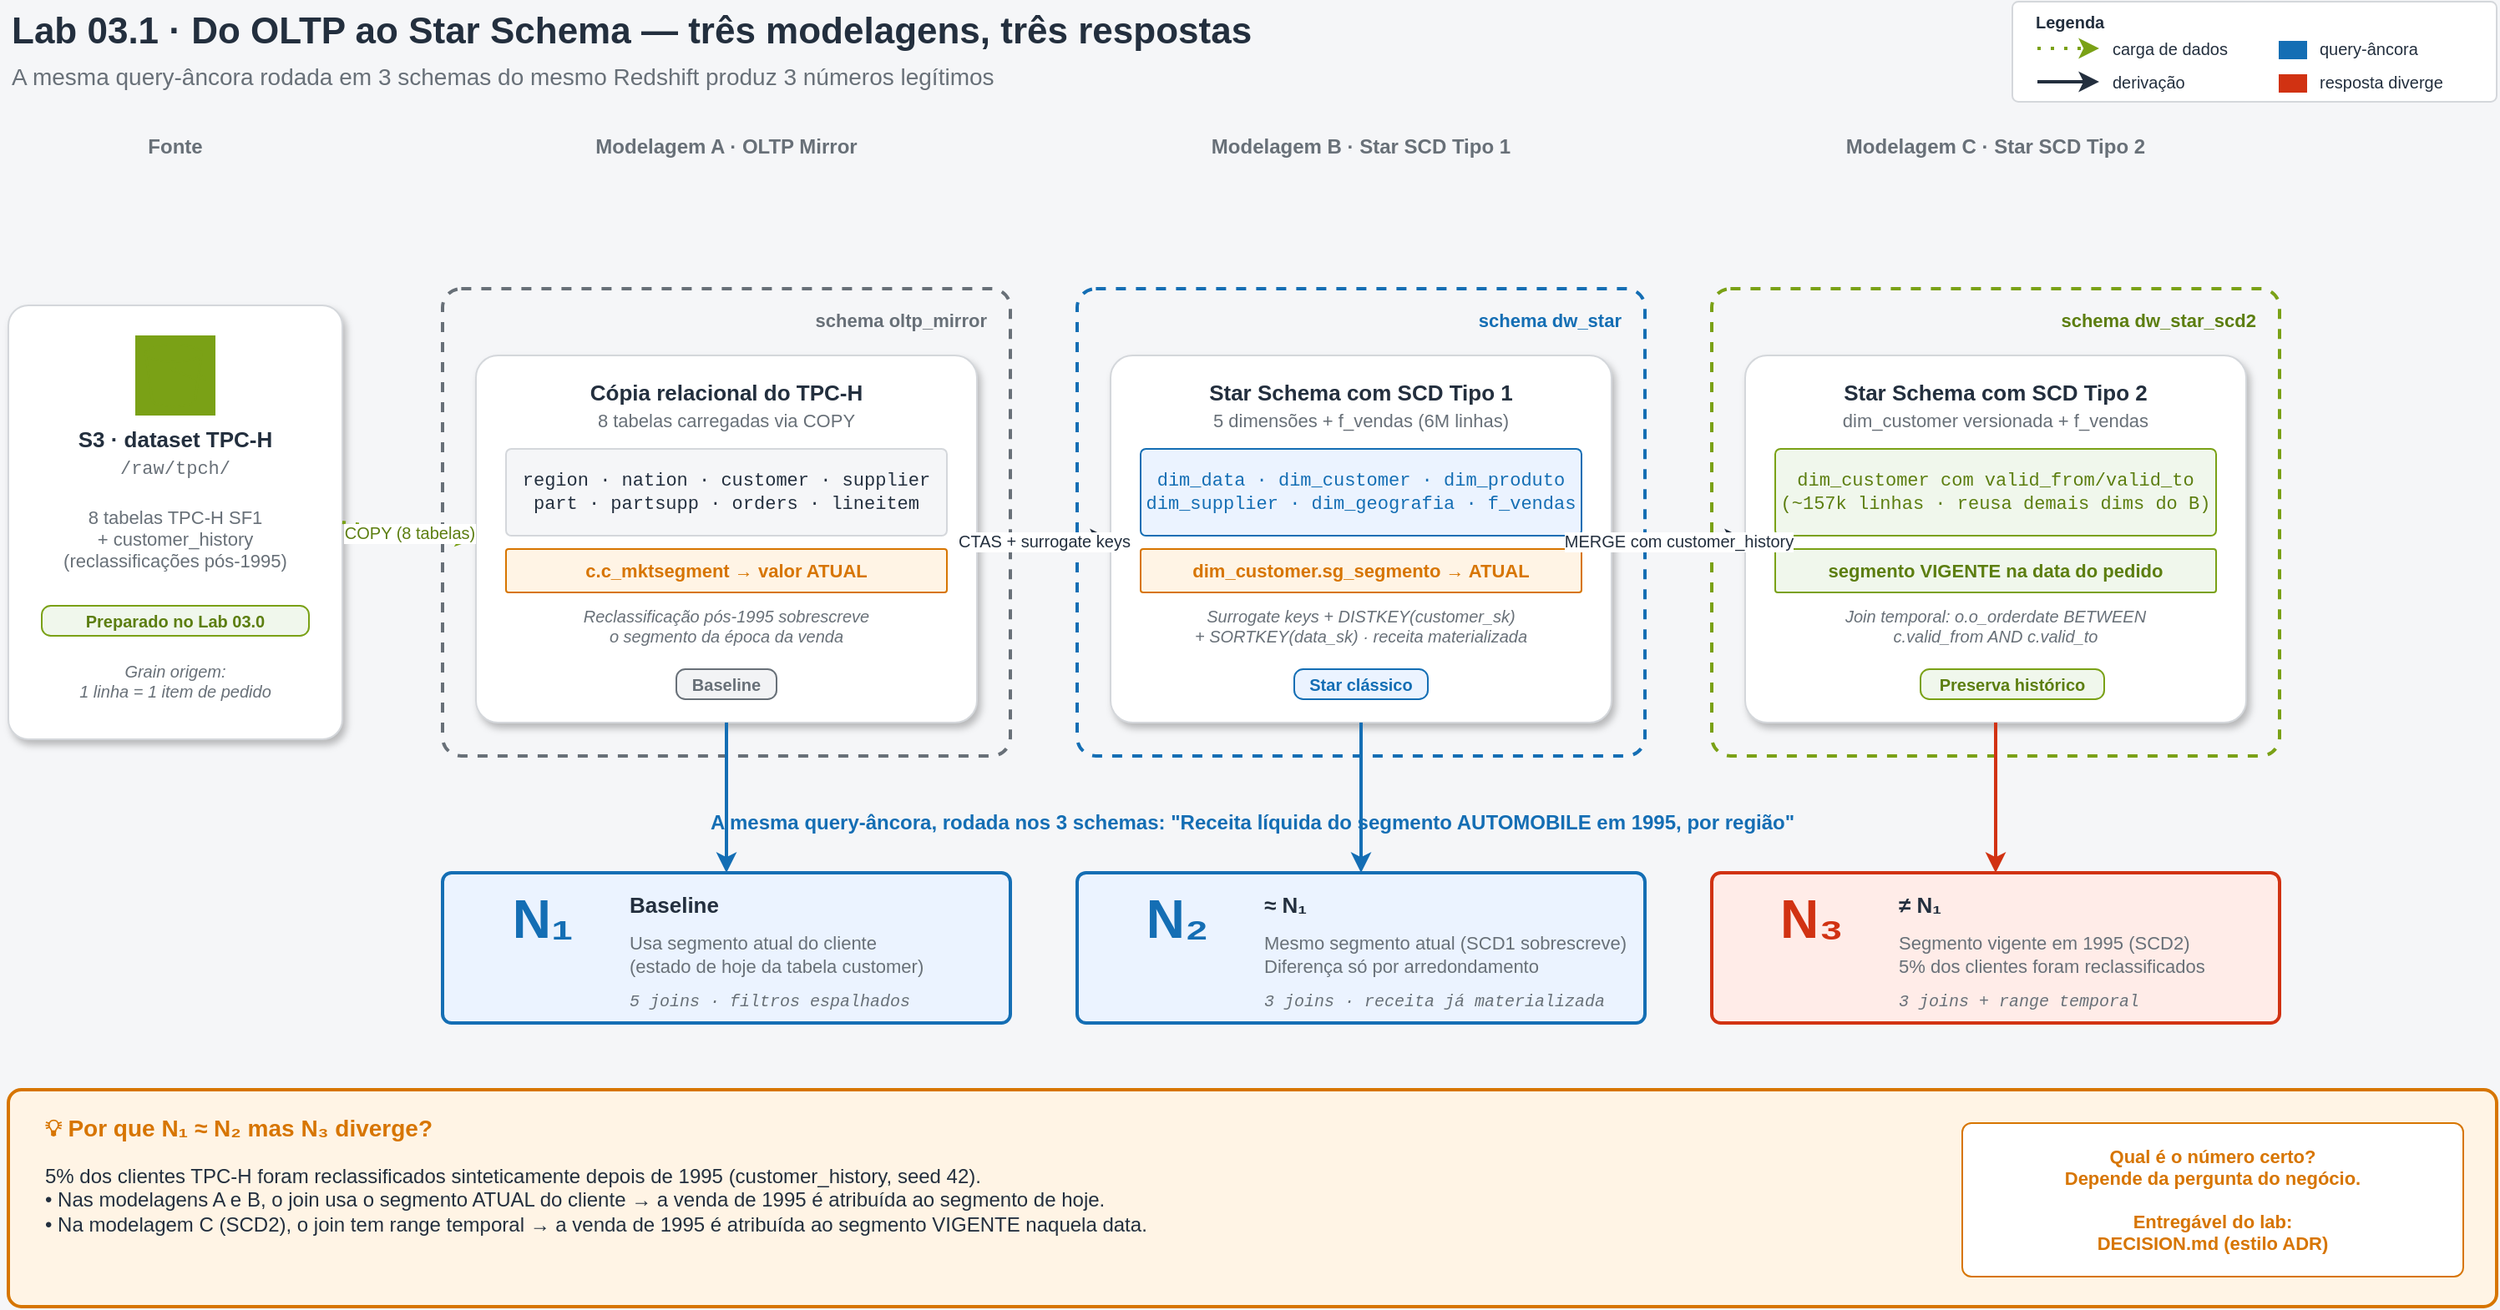
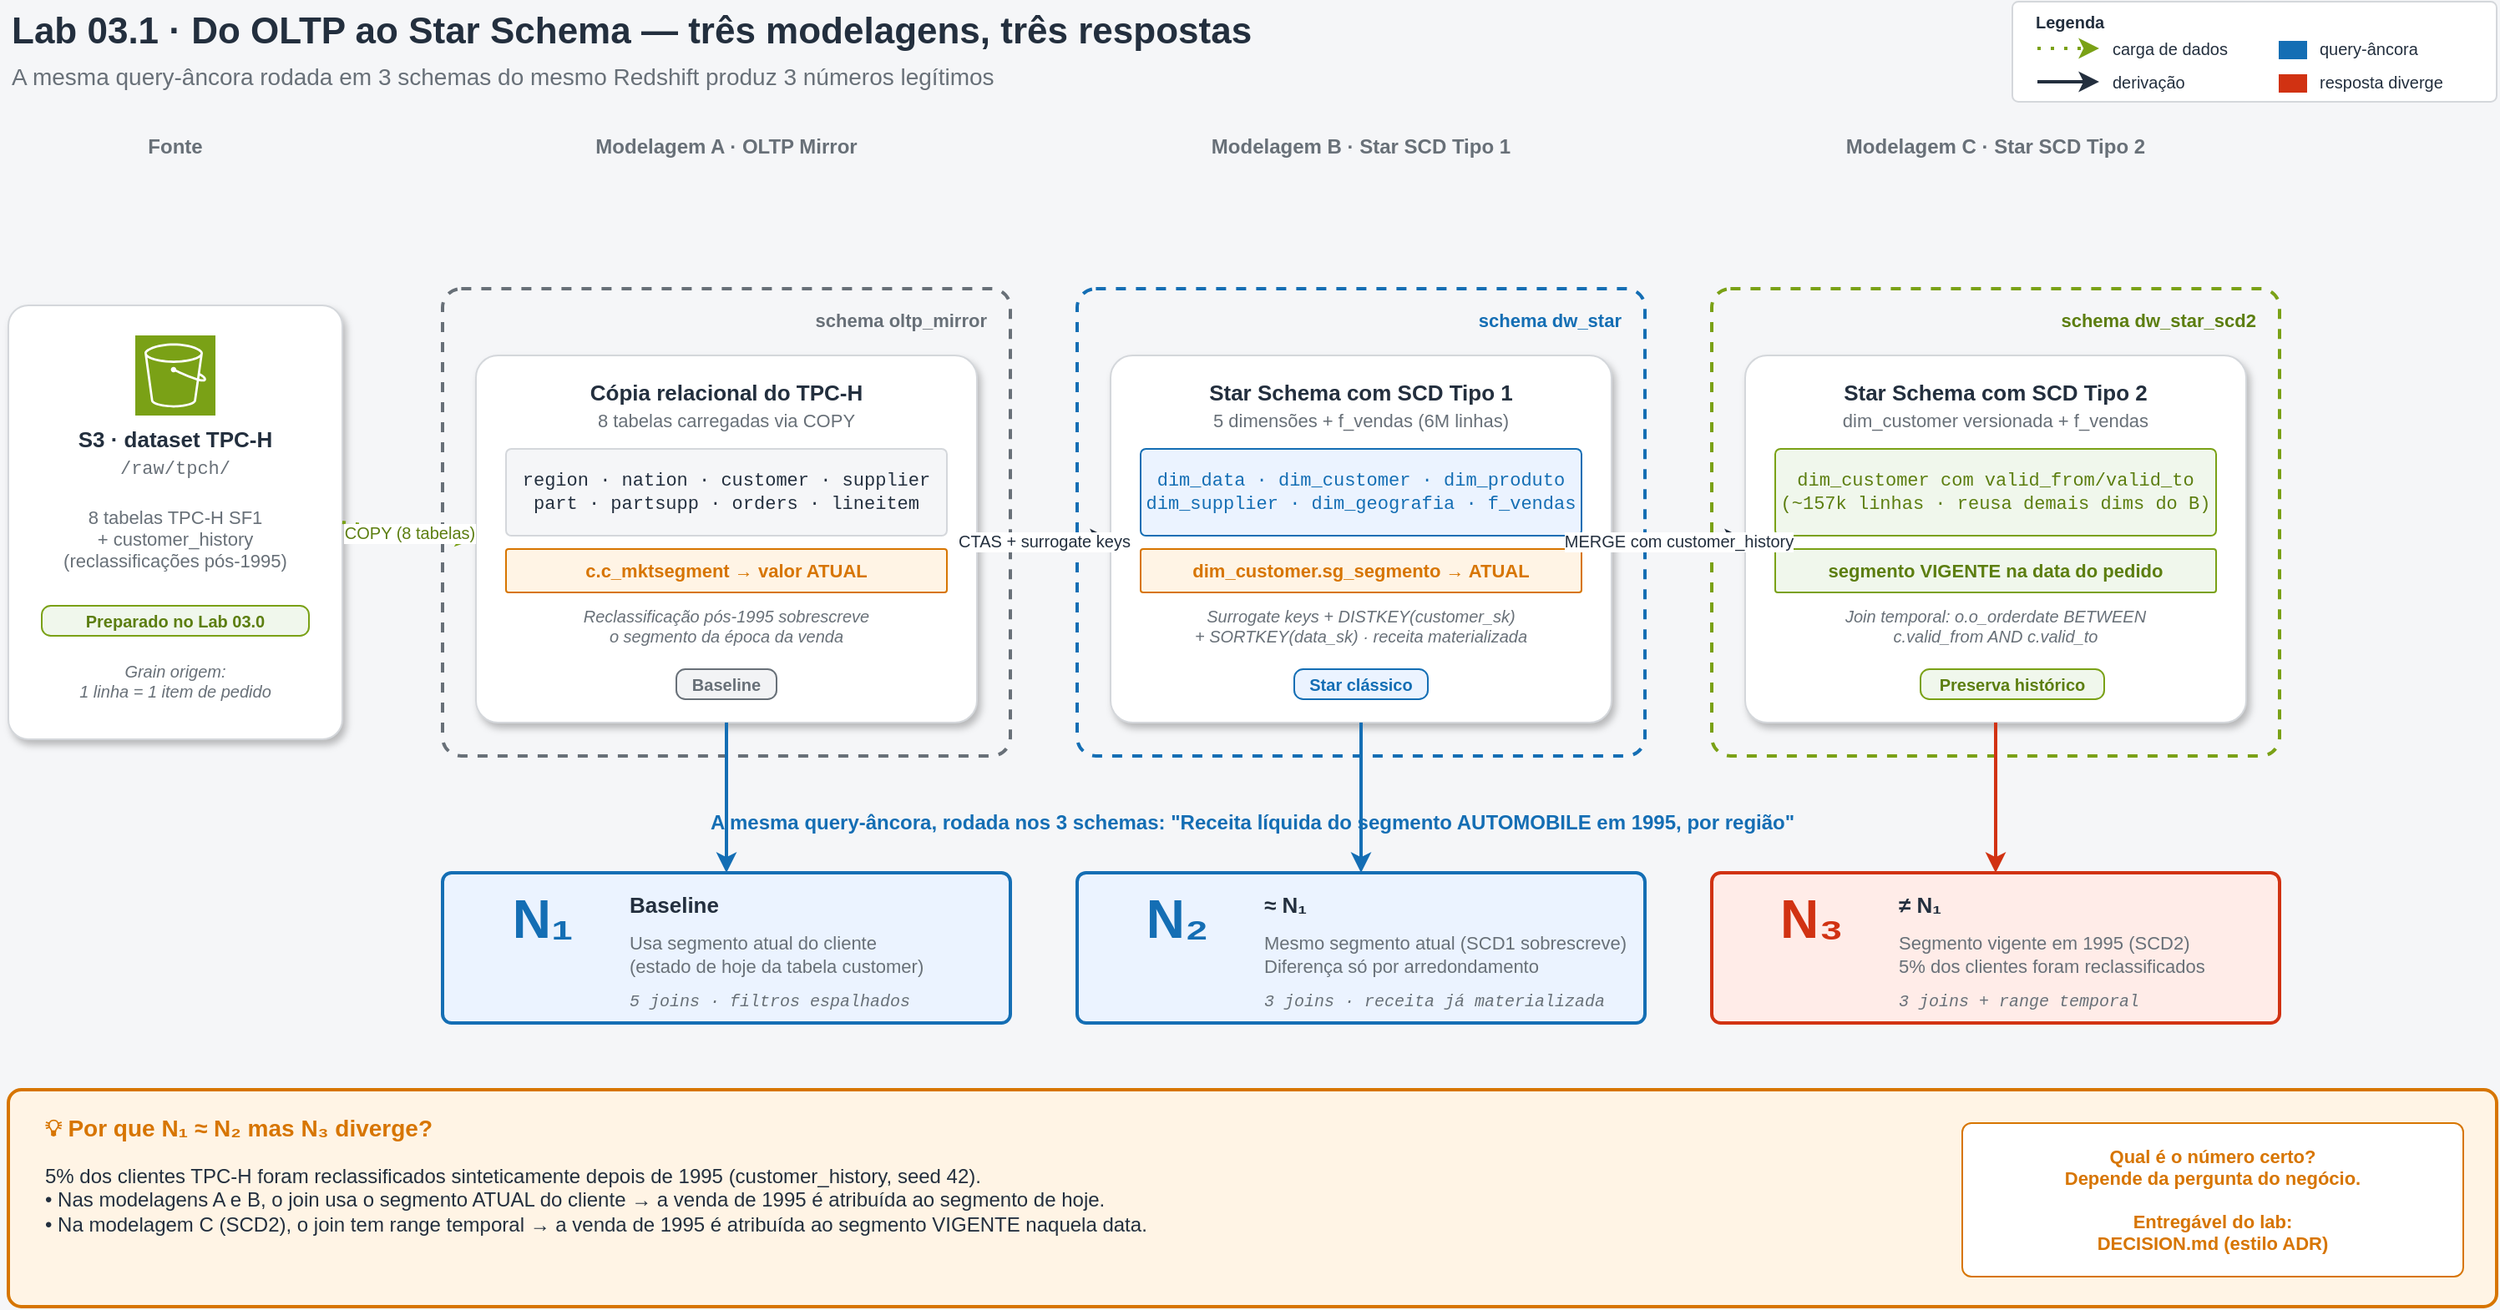
<?xml version="1.0" encoding="UTF-8"?>
<mxfile host="app.diagrams.net" modified="2026-05-03T23:30:00.000Z" agent="Claude" version="24.0.0" type="device">
  <diagram name="Arquitetura-Lab03-1" id="arq-lab03-1">
    <mxGraphModel dx="2000" dy="1200" grid="1" gridSize="10" guides="1" tooltips="1" connect="1" arrows="1" fold="1" page="1" pageScale="1" pageWidth="1600" pageHeight="900" math="0" shadow="0" background="#F5F6F8">
      <root>
        <mxCell id="0" />
        <mxCell id="1" parent="0" />

        <mxCell id="title" value="Lab 03.1 · Do OLTP ao Star Schema — três modelagens, três respostas" style="text;html=1;strokeColor=none;fillColor=none;align=left;verticalAlign=middle;whiteSpace=wrap;rounded=0;fontSize=22;fontStyle=1;fontFamily=Helvetica;fontColor=#232F3E;" vertex="1" parent="1">
          <mxGeometry x="60" y="30" width="1100" height="32" as="geometry" />
        </mxCell>
        <mxCell id="subtitle" value="A mesma query-âncora rodada em 3 schemas do mesmo Redshift produz 3 números legítimos" style="text;html=1;strokeColor=none;fillColor=none;align=left;verticalAlign=middle;whiteSpace=wrap;rounded=0;fontSize=14;fontStyle=0;fontFamily=Helvetica;fontColor=#687078;" vertex="1" parent="1">
          <mxGeometry x="60" y="62" width="1100" height="22" as="geometry" />
        </mxCell>

        <mxCell id="legend-box" value="" style="rounded=1;whiteSpace=wrap;html=1;fillColor=#FFFFFF;strokeColor=#D4D7DB;fontFamily=Helvetica;fontSize=11;arcSize=6;" vertex="1" parent="1">
          <mxGeometry x="1260" y="28" width="290" height="60" as="geometry" />
        </mxCell>
        <mxCell id="legend-title" value="Legenda" style="text;html=1;strokeColor=none;fillColor=none;align=left;verticalAlign=middle;whiteSpace=wrap;rounded=0;fontSize=10;fontStyle=1;fontFamily=Helvetica;fontColor=#232F3E;" vertex="1" parent="1">
          <mxGeometry x="1272" y="32" width="80" height="16" as="geometry" />
        </mxCell>
        <mxCell id="leg-sol-line" value="" style="endArrow=classic;html=1;strokeColor=#7AA116;strokeWidth=2;dashed=1;dashPattern=1 3;fontFamily=Helvetica;fontSize=10;" edge="1" parent="1">
          <mxGeometry relative="1" as="geometry">
            <mxPoint x="1275" y="56" as="sourcePoint" />
            <mxPoint x="1312" y="56" as="targetPoint" />
          </mxGeometry>
        </mxCell>
        <mxCell id="leg-sol-lbl" value="carga de dados" style="text;html=1;strokeColor=none;fillColor=none;align=left;verticalAlign=middle;whiteSpace=wrap;rounded=0;fontSize=10;fontFamily=Helvetica;fontColor=#232F3E;" vertex="1" parent="1">
          <mxGeometry x="1318" y="48" width="90" height="16" as="geometry" />
        </mxCell>
        <mxCell id="leg-dash-line" value="" style="endArrow=classic;html=1;strokeColor=#232F3E;strokeWidth=2;fontFamily=Helvetica;fontSize=10;" edge="1" parent="1">
          <mxGeometry relative="1" as="geometry">
            <mxPoint x="1275" y="76" as="sourcePoint" />
            <mxPoint x="1312" y="76" as="targetPoint" />
          </mxGeometry>
        </mxCell>
        <mxCell id="leg-dash-lbl" value="derivação" style="text;html=1;strokeColor=none;fillColor=none;align=left;verticalAlign=middle;whiteSpace=wrap;rounded=0;fontSize=10;fontFamily=Helvetica;fontColor=#232F3E;" vertex="1" parent="1">
          <mxGeometry x="1318" y="68" width="80" height="16" as="geometry" />
        </mxCell>
        <mxCell id="leg-query-swatch" value="" style="rounded=0;whiteSpace=wrap;html=1;fillColor=#146EB4;strokeColor=#146EB4;" vertex="1" parent="1">
          <mxGeometry x="1420" y="52" width="16" height="10" as="geometry" />
        </mxCell>
        <mxCell id="leg-query-lbl" value="query-âncora" style="text;html=1;strokeColor=none;fillColor=none;align=left;verticalAlign=middle;whiteSpace=wrap;rounded=0;fontSize=10;fontFamily=Helvetica;fontColor=#232F3E;" vertex="1" parent="1">
          <mxGeometry x="1442" y="48" width="90" height="16" as="geometry" />
        </mxCell>
        <mxCell id="leg-divergent-swatch" value="" style="rounded=0;whiteSpace=wrap;html=1;fillColor=#D13212;strokeColor=#D13212;" vertex="1" parent="1">
          <mxGeometry x="1420" y="72" width="16" height="10" as="geometry" />
        </mxCell>
        <mxCell id="leg-divergent-lbl" value="resposta diverge" style="text;html=1;strokeColor=none;fillColor=none;align=left;verticalAlign=middle;whiteSpace=wrap;rounded=0;fontSize=10;fontFamily=Helvetica;fontColor=#232F3E;" vertex="1" parent="1">
          <mxGeometry x="1442" y="68" width="100" height="16" as="geometry" />
        </mxCell>

        <mxCell id="col0-title" value="Fonte" style="text;html=1;strokeColor=none;fillColor=none;align=center;verticalAlign=middle;whiteSpace=wrap;rounded=0;fontSize=12;fontStyle=1;fontFamily=Helvetica;fontColor=#687078;" vertex="1" parent="1">
          <mxGeometry x="60" y="105" width="200" height="20" as="geometry" />
        </mxCell>
        <mxCell id="col1-title" value="Modelagem A · OLTP Mirror" style="text;html=1;strokeColor=none;fillColor=none;align=center;verticalAlign=middle;whiteSpace=wrap;rounded=0;fontSize=12;fontStyle=1;fontFamily=Helvetica;fontColor=#687078;" vertex="1" parent="1">
          <mxGeometry x="320" y="105" width="340" height="20" as="geometry" />
        </mxCell>
        <mxCell id="col2-title" value="Modelagem B · Star SCD Tipo 1" style="text;html=1;strokeColor=none;fillColor=none;align=center;verticalAlign=middle;whiteSpace=wrap;rounded=0;fontSize=12;fontStyle=1;fontFamily=Helvetica;fontColor=#687078;" vertex="1" parent="1">
          <mxGeometry x="700" y="105" width="340" height="20" as="geometry" />
        </mxCell>
        <mxCell id="col3-title" value="Modelagem C · Star SCD Tipo 2" style="text;html=1;strokeColor=none;fillColor=none;align=center;verticalAlign=middle;whiteSpace=wrap;rounded=0;fontSize=12;fontStyle=1;fontFamily=Helvetica;fontColor=#687078;" vertex="1" parent="1">
          <mxGeometry x="1080" y="105" width="340" height="20" as="geometry" />
        </mxCell>

        <mxCell id="s3-source-card" value="" style="rounded=1;whiteSpace=wrap;html=1;fillColor=#FFFFFF;strokeColor=#D4D7DB;arcSize=6;shadow=1;" vertex="1" parent="1">
          <mxGeometry x="60" y="210" width="200" height="260" as="geometry" />
        </mxCell>
-         <mxCell id="s3-source-icon" value="" style="sketch=0;outlineConnect=0;gradientColor=none;fillColor=#7AA116;strokeColor=#7AA116;dashed=0;verticalLabelPosition=bottom;verticalAlign=top;align=center;html=1;shape=mxgraph.aws4.resourceIcon;resIcon=mxgraph.aws4.s3;" vertex="1" parent="1">
+         <mxCell id="s3-source-icon" value="" style="sketch=0;outlineConnect=0;gradientColor=none;fillColor=#7AA116;strokeColor=#FFFFFF;dashed=0;verticalLabelPosition=bottom;verticalAlign=top;align=center;html=1;shape=mxgraph.aws4.resourceIcon;resIcon=mxgraph.aws4.s3;" vertex="1" parent="1">
          <mxGeometry x="136" y="228" width="48" height="48" as="geometry" />
        </mxCell>
        <mxCell id="s3-source-name" value="S3 · dataset TPC-H" style="text;html=1;strokeColor=none;fillColor=none;align=center;verticalAlign=middle;whiteSpace=wrap;rounded=0;fontSize=13;fontStyle=1;fontFamily=Helvetica;fontColor=#232F3E;" vertex="1" parent="1">
          <mxGeometry x="60" y="280" width="200" height="20" as="geometry" />
        </mxCell>
        <mxCell id="s3-source-tech" value="/raw/tpch/" style="text;html=1;strokeColor=none;fillColor=none;align=center;verticalAlign=middle;whiteSpace=wrap;rounded=0;fontSize=11;fontFamily=Courier New;fontColor=#687078;" vertex="1" parent="1">
          <mxGeometry x="60" y="300" width="200" height="16" as="geometry" />
        </mxCell>
        <mxCell id="s3-source-tables" value="8 tabelas TPC-H SF1&#10;+ customer_history&#10;(reclassificações pós-1995)" style="text;html=1;strokeColor=none;fillColor=none;align=center;verticalAlign=middle;whiteSpace=wrap;rounded=0;fontSize=11;fontFamily=Helvetica;fontColor=#687078;" vertex="1" parent="1">
          <mxGeometry x="60" y="322" width="200" height="56" as="geometry" />
        </mxCell>
        <mxCell id="s3-source-setup" value="Preparado no Lab 03.0" style="rounded=1;whiteSpace=wrap;html=1;fillColor=#F0F7EC;strokeColor=#7AA116;fontSize=10;fontStyle=1;fontFamily=Helvetica;fontColor=#5C7E10;arcSize=30;" vertex="1" parent="1">
          <mxGeometry x="80" y="390" width="160" height="18" as="geometry" />
        </mxCell>
        <mxCell id="s3-source-grain" value="Grain origem:&#10;1 linha = 1 item de pedido" style="text;html=1;strokeColor=none;fillColor=none;align=center;verticalAlign=middle;whiteSpace=wrap;rounded=0;fontSize=10;fontStyle=2;fontFamily=Helvetica;fontColor=#687078;" vertex="1" parent="1">
          <mxGeometry x="60" y="418" width="200" height="34" as="geometry" />
        </mxCell>

        <mxCell id="modA-boundary" value="schema oltp_mirror" style="rounded=1;whiteSpace=wrap;html=1;fillColor=none;strokeColor=#687078;fontFamily=Helvetica;fontSize=11;fontStyle=1;strokeWidth=2;dashed=1;align=right;verticalAlign=top;fontColor=#687078;arcSize=4;spacingRight=12;spacingTop=6;" vertex="1" parent="1">
          <mxGeometry x="320" y="200" width="340" height="280" as="geometry" />
        </mxCell>
        <mxCell id="modA-card" value="" style="rounded=1;whiteSpace=wrap;html=1;fillColor=#FFFFFF;strokeColor=#D4D7DB;arcSize=6;shadow=1;" vertex="1" parent="1">
          <mxGeometry x="340" y="240" width="300" height="220" as="geometry" />
        </mxCell>
        <mxCell id="modA-name" value="Cópia relacional do TPC-H" style="text;html=1;strokeColor=none;fillColor=none;align=center;verticalAlign=middle;whiteSpace=wrap;rounded=0;fontSize=13;fontStyle=1;fontFamily=Helvetica;fontColor=#232F3E;" vertex="1" parent="1">
          <mxGeometry x="340" y="252" width="300" height="20" as="geometry" />
        </mxCell>
        <mxCell id="modA-desc" value="8 tabelas carregadas via COPY" style="text;html=1;strokeColor=none;fillColor=none;align=center;verticalAlign=middle;whiteSpace=wrap;rounded=0;fontSize=11;fontFamily=Helvetica;fontColor=#687078;" vertex="1" parent="1">
          <mxGeometry x="340" y="270" width="300" height="18" as="geometry" />
        </mxCell>
        <mxCell id="modA-tables" value="region · nation · customer · supplier&#10;part · partsupp · orders · lineitem" style="rounded=1;whiteSpace=wrap;html=1;fillColor=#F5F6F8;strokeColor=#D4D7DB;fontSize=11;fontFamily=Courier New;fontColor=#232F3E;arcSize=6;align=center;" vertex="1" parent="1">
          <mxGeometry x="358" y="296" width="264" height="52" as="geometry" />
        </mxCell>
        <mxCell id="modA-segmento" value="c.c_mktsegment → valor ATUAL" style="rounded=1;whiteSpace=wrap;html=1;fillColor=#FFF4E5;strokeColor=#D77500;fontSize=11;fontStyle=1;fontFamily=Helvetica;fontColor=#D77500;arcSize=6;" vertex="1" parent="1">
          <mxGeometry x="358" y="356" width="264" height="26" as="geometry" />
        </mxCell>
        <mxCell id="modA-note" value="Reclassificação pós-1995 sobrescreve&#10;o segmento da época da venda" style="text;html=1;strokeColor=none;fillColor=none;align=center;verticalAlign=middle;whiteSpace=wrap;rounded=0;fontSize=10;fontStyle=2;fontFamily=Helvetica;fontColor=#687078;" vertex="1" parent="1">
          <mxGeometry x="340" y="386" width="300" height="32" as="geometry" />
        </mxCell>
        <mxCell id="modA-role" value="Baseline" style="rounded=1;whiteSpace=wrap;html=1;fillColor=#F2F3F5;strokeColor=#687078;fontSize=10;fontStyle=1;fontFamily=Helvetica;fontColor=#687078;arcSize=30;" vertex="1" parent="1">
          <mxGeometry x="460" y="428" width="60" height="18" as="geometry" />
        </mxCell>

        <mxCell id="modB-boundary" value="schema dw_star" style="rounded=1;whiteSpace=wrap;html=1;fillColor=none;strokeColor=#146EB4;fontFamily=Helvetica;fontSize=11;fontStyle=1;strokeWidth=2;dashed=1;align=right;verticalAlign=top;fontColor=#146EB4;arcSize=4;spacingRight=12;spacingTop=6;" vertex="1" parent="1">
          <mxGeometry x="700" y="200" width="340" height="280" as="geometry" />
        </mxCell>
        <mxCell id="modB-card" value="" style="rounded=1;whiteSpace=wrap;html=1;fillColor=#FFFFFF;strokeColor=#D4D7DB;arcSize=6;shadow=1;" vertex="1" parent="1">
          <mxGeometry x="720" y="240" width="300" height="220" as="geometry" />
        </mxCell>
        <mxCell id="modB-name" value="Star Schema com SCD Tipo 1" style="text;html=1;strokeColor=none;fillColor=none;align=center;verticalAlign=middle;whiteSpace=wrap;rounded=0;fontSize=13;fontStyle=1;fontFamily=Helvetica;fontColor=#232F3E;" vertex="1" parent="1">
          <mxGeometry x="720" y="252" width="300" height="20" as="geometry" />
        </mxCell>
        <mxCell id="modB-desc" value="5 dimensões + f_vendas (6M linhas)" style="text;html=1;strokeColor=none;fillColor=none;align=center;verticalAlign=middle;whiteSpace=wrap;rounded=0;fontSize=11;fontFamily=Helvetica;fontColor=#687078;" vertex="1" parent="1">
          <mxGeometry x="720" y="270" width="300" height="18" as="geometry" />
        </mxCell>
        <mxCell id="modB-tables" value="dim_data · dim_customer · dim_produto&#10;dim_supplier · dim_geografia · f_vendas" style="rounded=1;whiteSpace=wrap;html=1;fillColor=#EBF3FF;strokeColor=#146EB4;fontSize=11;fontFamily=Courier New;fontColor=#146EB4;arcSize=6;align=center;" vertex="1" parent="1">
          <mxGeometry x="738" y="296" width="264" height="52" as="geometry" />
        </mxCell>
        <mxCell id="modB-segmento" value="dim_customer.sg_segmento → ATUAL" style="rounded=1;whiteSpace=wrap;html=1;fillColor=#FFF4E5;strokeColor=#D77500;fontSize=11;fontStyle=1;fontFamily=Helvetica;fontColor=#D77500;arcSize=6;" vertex="1" parent="1">
          <mxGeometry x="738" y="356" width="264" height="26" as="geometry" />
        </mxCell>
        <mxCell id="modB-note" value="Surrogate keys + DISTKEY(customer_sk)&#10;+ SORTKEY(data_sk) · receita materializada" style="text;html=1;strokeColor=none;fillColor=none;align=center;verticalAlign=middle;whiteSpace=wrap;rounded=0;fontSize=10;fontStyle=2;fontFamily=Helvetica;fontColor=#687078;" vertex="1" parent="1">
          <mxGeometry x="720" y="386" width="300" height="32" as="geometry" />
        </mxCell>
        <mxCell id="modB-role" value="Star clássico" style="rounded=1;whiteSpace=wrap;html=1;fillColor=#EBF3FF;strokeColor=#146EB4;fontSize=10;fontStyle=1;fontFamily=Helvetica;fontColor=#146EB4;arcSize=30;" vertex="1" parent="1">
          <mxGeometry x="830" y="428" width="80" height="18" as="geometry" />
        </mxCell>

        <mxCell id="modC-boundary" value="schema dw_star_scd2" style="rounded=1;whiteSpace=wrap;html=1;fillColor=none;strokeColor=#7AA116;fontFamily=Helvetica;fontSize=11;fontStyle=1;strokeWidth=2;dashed=1;align=right;verticalAlign=top;fontColor=#5C7E10;arcSize=4;spacingRight=12;spacingTop=6;" vertex="1" parent="1">
          <mxGeometry x="1080" y="200" width="340" height="280" as="geometry" />
        </mxCell>
        <mxCell id="modC-card" value="" style="rounded=1;whiteSpace=wrap;html=1;fillColor=#FFFFFF;strokeColor=#D4D7DB;arcSize=6;shadow=1;" vertex="1" parent="1">
          <mxGeometry x="1100" y="240" width="300" height="220" as="geometry" />
        </mxCell>
        <mxCell id="modC-name" value="Star Schema com SCD Tipo 2" style="text;html=1;strokeColor=none;fillColor=none;align=center;verticalAlign=middle;whiteSpace=wrap;rounded=0;fontSize=13;fontStyle=1;fontFamily=Helvetica;fontColor=#232F3E;" vertex="1" parent="1">
          <mxGeometry x="1100" y="252" width="300" height="20" as="geometry" />
        </mxCell>
        <mxCell id="modC-desc" value="dim_customer versionada + f_vendas" style="text;html=1;strokeColor=none;fillColor=none;align=center;verticalAlign=middle;whiteSpace=wrap;rounded=0;fontSize=11;fontFamily=Helvetica;fontColor=#687078;" vertex="1" parent="1">
          <mxGeometry x="1100" y="270" width="300" height="18" as="geometry" />
        </mxCell>
        <mxCell id="modC-tables" value="dim_customer com valid_from/valid_to&#10;(~157k linhas · reusa demais dims do B)" style="rounded=1;whiteSpace=wrap;html=1;fillColor=#F0F7EC;strokeColor=#7AA116;fontSize=11;fontFamily=Courier New;fontColor=#5C7E10;arcSize=6;align=center;" vertex="1" parent="1">
          <mxGeometry x="1118" y="296" width="264" height="52" as="geometry" />
        </mxCell>
        <mxCell id="modC-segmento" value="segmento VIGENTE na data do pedido" style="rounded=1;whiteSpace=wrap;html=1;fillColor=#F0F7EC;strokeColor=#7AA116;fontSize=11;fontStyle=1;fontFamily=Helvetica;fontColor=#5C7E10;arcSize=6;" vertex="1" parent="1">
          <mxGeometry x="1118" y="356" width="264" height="26" as="geometry" />
        </mxCell>
        <mxCell id="modC-note" value="Join temporal: o.o_orderdate BETWEEN&#10;c.valid_from AND c.valid_to" style="text;html=1;strokeColor=none;fillColor=none;align=center;verticalAlign=middle;whiteSpace=wrap;rounded=0;fontSize=10;fontStyle=2;fontFamily=Helvetica;fontColor=#687078;" vertex="1" parent="1">
          <mxGeometry x="1100" y="386" width="300" height="32" as="geometry" />
        </mxCell>
        <mxCell id="modC-role" value="Preserva histórico" style="rounded=1;whiteSpace=wrap;html=1;fillColor=#F0F7EC;strokeColor=#7AA116;fontSize=10;fontStyle=1;fontFamily=Helvetica;fontColor=#5C7E10;arcSize=30;" vertex="1" parent="1">
          <mxGeometry x="1205" y="428" width="110" height="18" as="geometry" />
        </mxCell>

        <mxCell id="q-band-title" value="A mesma query-âncora, rodada nos 3 schemas:   &quot;Receita líquida do segmento AUTOMOBILE em 1995, por região&quot;" style="text;html=1;strokeColor=none;fillColor=none;align=center;verticalAlign=middle;whiteSpace=wrap;rounded=0;fontSize=12;fontStyle=1;fontFamily=Helvetica;fontColor=#146EB4;" vertex="1" parent="1">
          <mxGeometry x="60" y="510" width="1490" height="20" as="geometry" />
        </mxCell>

        <mxCell id="qA-card" value="" style="rounded=1;whiteSpace=wrap;html=1;fillColor=#EBF3FF;strokeColor=#146EB4;arcSize=6;strokeWidth=2;" vertex="1" parent="1">
          <mxGeometry x="320" y="550" width="340" height="90" as="geometry" />
        </mxCell>
        <mxCell id="qA-val" value="N₁" style="text;html=1;strokeColor=none;fillColor=none;align=center;verticalAlign=middle;whiteSpace=wrap;rounded=0;fontSize=32;fontStyle=1;fontFamily=Helvetica;fontColor=#146EB4;" vertex="1" parent="1">
          <mxGeometry x="340" y="558" width="80" height="40" as="geometry" />
        </mxCell>
        <mxCell id="qA-expl" value="Baseline" style="text;html=1;strokeColor=none;fillColor=none;align=left;verticalAlign=middle;whiteSpace=wrap;rounded=0;fontSize=13;fontStyle=1;fontFamily=Helvetica;fontColor=#232F3E;" vertex="1" parent="1">
          <mxGeometry x="430" y="560" width="210" height="18" as="geometry" />
        </mxCell>
        <mxCell id="qA-expl2" value="Usa segmento atual do cliente&#10;(estado de hoje da tabela customer)" style="text;html=1;strokeColor=none;fillColor=none;align=left;verticalAlign=middle;whiteSpace=wrap;rounded=0;fontSize=11;fontFamily=Helvetica;fontColor=#687078;" vertex="1" parent="1">
          <mxGeometry x="430" y="582" width="210" height="34" as="geometry" />
        </mxCell>
        <mxCell id="qA-footer" value="5 joins · filtros espalhados" style="text;html=1;strokeColor=none;fillColor=none;align=left;verticalAlign=middle;whiteSpace=wrap;rounded=0;fontSize=10;fontStyle=2;fontFamily=Courier New;fontColor=#687078;" vertex="1" parent="1">
          <mxGeometry x="430" y="618" width="210" height="18" as="geometry" />
        </mxCell>

        <mxCell id="qB-card" value="" style="rounded=1;whiteSpace=wrap;html=1;fillColor=#EBF3FF;strokeColor=#146EB4;arcSize=6;strokeWidth=2;" vertex="1" parent="1">
          <mxGeometry x="700" y="550" width="340" height="90" as="geometry" />
        </mxCell>
        <mxCell id="qB-val" value="N₂" style="text;html=1;strokeColor=none;fillColor=none;align=center;verticalAlign=middle;whiteSpace=wrap;rounded=0;fontSize=32;fontStyle=1;fontFamily=Helvetica;fontColor=#146EB4;" vertex="1" parent="1">
          <mxGeometry x="720" y="558" width="80" height="40" as="geometry" />
        </mxCell>
        <mxCell id="qB-expl" value="≈ N₁" style="text;html=1;strokeColor=none;fillColor=none;align=left;verticalAlign=middle;whiteSpace=wrap;rounded=0;fontSize=13;fontStyle=1;fontFamily=Helvetica;fontColor=#232F3E;" vertex="1" parent="1">
          <mxGeometry x="810" y="560" width="210" height="18" as="geometry" />
        </mxCell>
        <mxCell id="qB-expl2" value="Mesmo segmento atual (SCD1 sobrescreve)&#10;Diferença só por arredondamento" style="text;html=1;strokeColor=none;fillColor=none;align=left;verticalAlign=middle;whiteSpace=wrap;rounded=0;fontSize=11;fontFamily=Helvetica;fontColor=#687078;" vertex="1" parent="1">
          <mxGeometry x="810" y="582" width="230" height="34" as="geometry" />
        </mxCell>
        <mxCell id="qB-footer" value="3 joins · receita já materializada" style="text;html=1;strokeColor=none;fillColor=none;align=left;verticalAlign=middle;whiteSpace=wrap;rounded=0;fontSize=10;fontStyle=2;fontFamily=Courier New;fontColor=#687078;" vertex="1" parent="1">
          <mxGeometry x="810" y="618" width="220" height="18" as="geometry" />
        </mxCell>

        <mxCell id="qC-card" value="" style="rounded=1;whiteSpace=wrap;html=1;fillColor=#FFECE8;strokeColor=#D13212;arcSize=6;strokeWidth=2;" vertex="1" parent="1">
          <mxGeometry x="1080" y="550" width="340" height="90" as="geometry" />
        </mxCell>
        <mxCell id="qC-val" value="N₃" style="text;html=1;strokeColor=none;fillColor=none;align=center;verticalAlign=middle;whiteSpace=wrap;rounded=0;fontSize=32;fontStyle=1;fontFamily=Helvetica;fontColor=#D13212;" vertex="1" parent="1">
          <mxGeometry x="1100" y="558" width="80" height="40" as="geometry" />
        </mxCell>
        <mxCell id="qC-expl" value="≠ N₁" style="text;html=1;strokeColor=none;fillColor=none;align=left;verticalAlign=middle;whiteSpace=wrap;rounded=0;fontSize=13;fontStyle=1;fontFamily=Helvetica;fontColor=#232F3E;" vertex="1" parent="1">
          <mxGeometry x="1190" y="560" width="210" height="18" as="geometry" />
        </mxCell>
        <mxCell id="qC-expl2" value="Segmento vigente em 1995 (SCD2)&#10;5% dos clientes foram reclassificados" style="text;html=1;strokeColor=none;fillColor=none;align=left;verticalAlign=middle;whiteSpace=wrap;rounded=0;fontSize=11;fontFamily=Helvetica;fontColor=#687078;" vertex="1" parent="1">
          <mxGeometry x="1190" y="582" width="220" height="34" as="geometry" />
        </mxCell>
        <mxCell id="qC-footer" value="3 joins + range temporal" style="text;html=1;strokeColor=none;fillColor=none;align=left;verticalAlign=middle;whiteSpace=wrap;rounded=0;fontSize=10;fontStyle=2;fontFamily=Courier New;fontColor=#687078;" vertex="1" parent="1">
          <mxGeometry x="1190" y="618" width="220" height="18" as="geometry" />
        </mxCell>

        <mxCell id="insight-banner" value="" style="rounded=1;whiteSpace=wrap;html=1;fillColor=#FFF4E5;strokeColor=#D77500;arcSize=6;strokeWidth=2;" vertex="1" parent="1">
          <mxGeometry x="60" y="680" width="1490" height="130" as="geometry" />
        </mxCell>
        <mxCell id="insight-title" value="💡  Por que N₁ ≈ N₂ mas N₃ diverge?" style="text;html=1;strokeColor=none;fillColor=none;align=left;verticalAlign=middle;whiteSpace=wrap;rounded=0;fontSize=14;fontStyle=1;fontFamily=Helvetica;fontColor=#D77500;" vertex="1" parent="1">
          <mxGeometry x="80" y="692" width="400" height="22" as="geometry" />
        </mxCell>
        <mxCell id="insight-text" value="5% dos clientes TPC-H foram reclassificados sinteticamente depois de 1995 (customer_history, seed 42).&#10;• Nas modelagens A e B, o join usa o segmento ATUAL do cliente → a venda de 1995 é atribuída ao segmento de hoje.&#10;• Na modelagem C (SCD2), o join tem range temporal → a venda de 1995 é atribuída ao segmento VIGENTE naquela data." style="text;html=1;strokeColor=none;fillColor=none;align=left;verticalAlign=top;whiteSpace=wrap;rounded=0;fontSize=12;fontFamily=Helvetica;fontColor=#232F3E;" vertex="1" parent="1">
          <mxGeometry x="80" y="718" width="1030" height="60" as="geometry" />
        </mxCell>
        <mxCell id="insight-decision" value="Qual é o número certo?&#10;Depende da pergunta do negócio.&#10;&#10;Entregável do lab:&#10;DECISION.md (estilo ADR)" style="rounded=1;whiteSpace=wrap;html=1;fillColor=#FFFFFF;strokeColor=#D77500;fontSize=11;fontStyle=1;fontFamily=Helvetica;fontColor=#D77500;arcSize=6;align=center;" vertex="1" parent="1">
          <mxGeometry x="1230" y="700" width="300" height="92" as="geometry" />
        </mxCell>

        <mxCell id="e-s3-A" style="edgeStyle=none;html=1;rounded=0;strokeColor=#7AA116;strokeWidth=2;dashed=1;dashPattern=1 3;fontFamily=Helvetica;fontSize=11;endArrow=classic;endFill=1;exitX=1;exitY=0.5;exitDx=0;exitDy=0;entryX=0;entryY=0.5;entryDx=0;entryDy=0;" edge="1" parent="1" source="s3-source-card" target="modA-card">
          <mxGeometry relative="1" as="geometry" />
        </mxCell>
        <mxCell id="e-s3-A-lbl" value="COPY (8 tabelas)" style="edgeLabel;html=1;align=center;verticalAlign=middle;resizable=0;points=[];fontFamily=Helvetica;fontSize=10;fontColor=#5C7E10;fillColor=#F5F6F8;strokeColor=none;" vertex="1" connectable="0" parent="e-s3-A">
          <mxGeometry x="0" y="-1" relative="1" as="geometry"><mxPoint as="offset" /></mxGeometry>
        </mxCell>

        <mxCell id="e-A-B" style="edgeStyle=none;html=1;rounded=0;strokeColor=#232F3E;strokeWidth=2;fontFamily=Helvetica;fontSize=11;endArrow=classic;endFill=1;exitX=1;exitY=0.5;exitDx=0;exitDy=0;entryX=0;entryY=0.5;entryDx=0;entryDy=0;" edge="1" parent="1" source="modA-card" target="modB-card">
          <mxGeometry relative="1" as="geometry" />
        </mxCell>
        <mxCell id="e-A-B-lbl" value="CTAS + surrogate keys" style="edgeLabel;html=1;align=center;verticalAlign=middle;resizable=0;points=[];fontFamily=Helvetica;fontSize=10;fontColor=#232F3E;fillColor=#F5F6F8;strokeColor=none;" vertex="1" connectable="0" parent="e-A-B">
          <mxGeometry x="0" y="-1" relative="1" as="geometry"><mxPoint as="offset" /></mxGeometry>
        </mxCell>

        <mxCell id="e-B-C" style="edgeStyle=none;html=1;rounded=0;strokeColor=#232F3E;strokeWidth=2;fontFamily=Helvetica;fontSize=11;endArrow=classic;endFill=1;exitX=1;exitY=0.5;exitDx=0;exitDy=0;entryX=0;entryY=0.5;entryDx=0;entryDy=0;" edge="1" parent="1" source="modB-card" target="modC-card">
          <mxGeometry relative="1" as="geometry" />
        </mxCell>
        <mxCell id="e-B-C-lbl" value="MERGE com customer_history" style="edgeLabel;html=1;align=center;verticalAlign=middle;resizable=0;points=[];fontFamily=Helvetica;fontSize=10;fontColor=#232F3E;fillColor=#F5F6F8;strokeColor=none;" vertex="1" connectable="0" parent="e-B-C">
          <mxGeometry x="0" y="-1" relative="1" as="geometry"><mxPoint as="offset" /></mxGeometry>
        </mxCell>

        <mxCell id="e-modA-qA" style="edgeStyle=none;html=1;rounded=0;strokeColor=#146EB4;strokeWidth=2;fontFamily=Helvetica;fontSize=11;endArrow=classic;endFill=1;exitX=0.5;exitY=1;exitDx=0;exitDy=0;entryX=0.5;entryY=0;entryDx=0;entryDy=0;" edge="1" parent="1" source="modA-card" target="qA-card">
          <mxGeometry relative="1" as="geometry" />
        </mxCell>
        <mxCell id="e-modB-qB" style="edgeStyle=none;html=1;rounded=0;strokeColor=#146EB4;strokeWidth=2;fontFamily=Helvetica;fontSize=11;endArrow=classic;endFill=1;exitX=0.5;exitY=1;exitDx=0;exitDy=0;entryX=0.5;entryY=0;entryDx=0;entryDy=0;" edge="1" parent="1" source="modB-card" target="qB-card">
          <mxGeometry relative="1" as="geometry" />
        </mxCell>
        <mxCell id="e-modC-qC" style="edgeStyle=none;html=1;rounded=0;strokeColor=#D13212;strokeWidth=2;fontFamily=Helvetica;fontSize=11;endArrow=classic;endFill=1;exitX=0.5;exitY=1;exitDx=0;exitDy=0;entryX=0.5;entryY=0;entryDx=0;entryDy=0;" edge="1" parent="1" source="modC-card" target="qC-card">
          <mxGeometry relative="1" as="geometry" />
        </mxCell>

      </root>
    </mxGraphModel>
  </diagram>
</mxfile>
